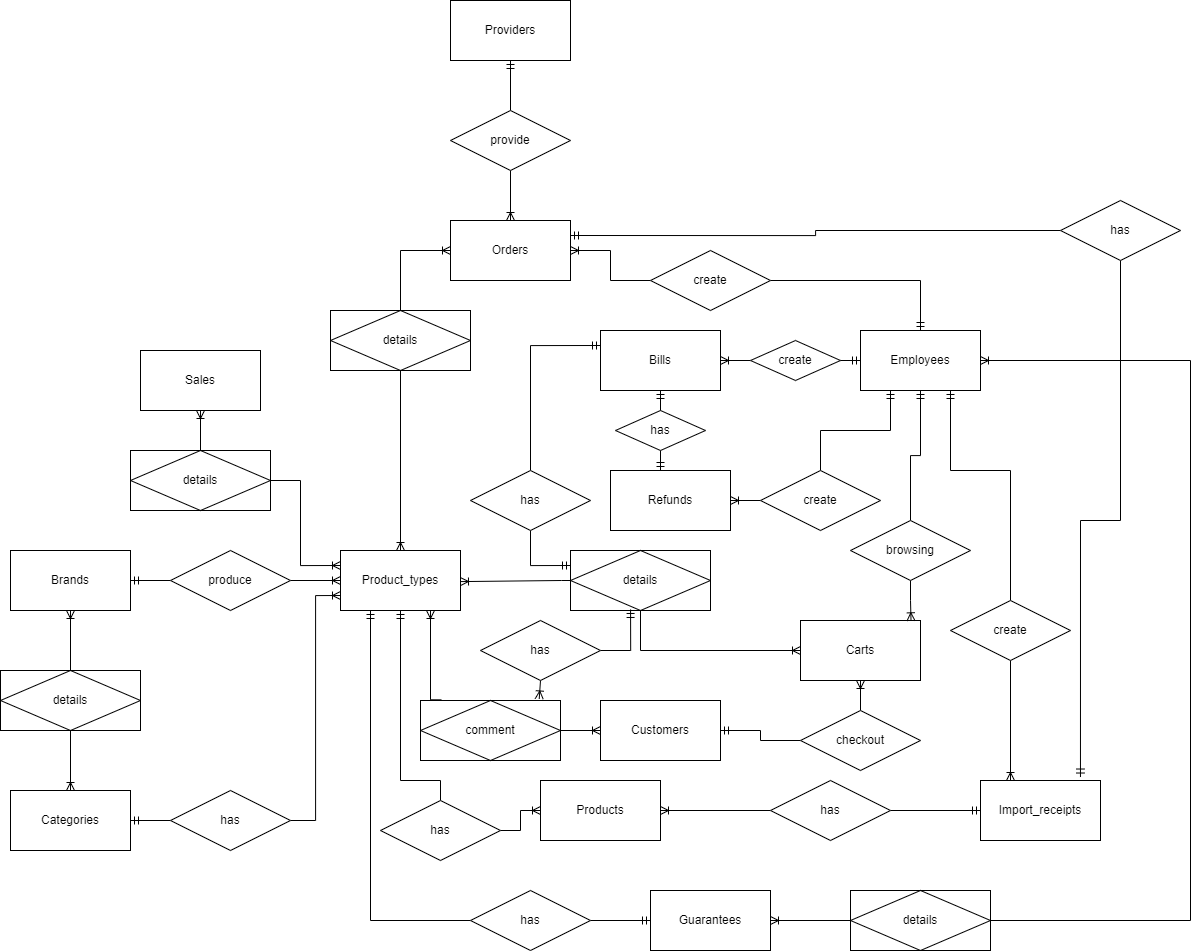
Above: erd.drawio.png in drptt202/PStore (draw.io), before the change. Source tidied: cells renumbered, new cells last; positions are measured from the earlier drawing's top-left corner, leaving out a move shared by most shapes.
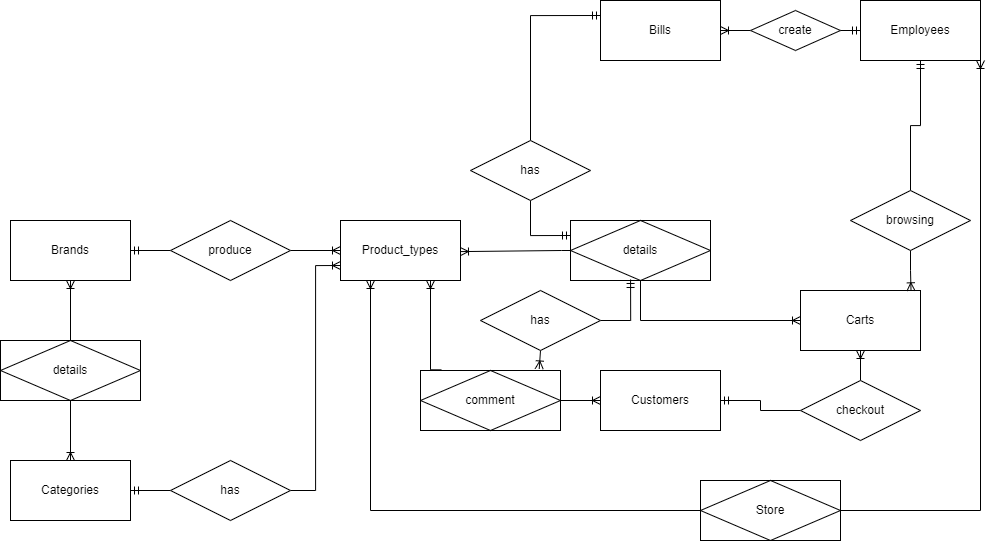
After the change.

Diff of the diagram source:
```diff
@@ -2,35 +2,15 @@
   <root>
     <mxCell id="0" />
     <mxCell id="1" parent="0" />
-    <mxCell id="2" style="edgeStyle=orthogonalEdgeStyle;rounded=0;jettySize=auto;html=1;entryX=0.5;entryY=0;entryDx=0;entryDy=0;endArrow=none;endFill=0;startArrow=ERmandOne;startFill=0;exitX=0.5;exitY=1;exitDx=0;exitDy=0;" parent="1" edge="1" source="3" target="15">
-      <mxGeometry relative="1" as="geometry">
-        <Array as="points">
-          <mxPoint x="400" y="780" />
-          <mxPoint x="440" y="780" />
-        </Array>
-      </mxGeometry>
-    </mxCell>
     <mxCell id="3" value="Product_types" style="rounded=0;whiteSpace=wrap;html=1;" parent="1" vertex="1">
       <mxGeometry x="340" y="550" width="120" height="60" as="geometry" />
     </mxCell>
-    <mxCell id="4" value="Products" style="rounded=0;whiteSpace=wrap;html=1;" parent="1" vertex="1">
-      <mxGeometry x="540" y="780" width="120" height="60" as="geometry" />
-    </mxCell>
-    <mxCell id="5" value="Sales" style="rounded=0;whiteSpace=wrap;html=1;" parent="1" vertex="1">
-      <mxGeometry x="140" y="350" width="120" height="60" as="geometry" />
-    </mxCell>
     <mxCell id="6" value="Brands" style="rounded=0;whiteSpace=wrap;html=1;" parent="1" vertex="1">
       <mxGeometry x="10" y="550" width="120" height="60" as="geometry" />
     </mxCell>
-    <mxCell id="7" value="Providers" style="rounded=0;whiteSpace=wrap;html=1;" parent="1" vertex="1">
-      <mxGeometry x="450" width="120" height="60" as="geometry" />
-    </mxCell>
     <mxCell id="8" value="Employees" style="rounded=0;whiteSpace=wrap;html=1;" parent="1" vertex="1">
       <mxGeometry x="860" y="330" width="120" height="60" as="geometry" />
     </mxCell>
-    <mxCell id="9" value="Orders" style="rounded=0;whiteSpace=wrap;html=1;" parent="1" vertex="1">
-      <mxGeometry x="450" y="220" width="120" height="60" as="geometry" />
-    </mxCell>
     <mxCell id="10" value="Customers" style="rounded=0;whiteSpace=wrap;html=1;" parent="1" vertex="1">
       <mxGeometry x="600" y="700" width="120" height="60" as="geometry" />
     </mxCell>
@@ -40,29 +20,6 @@
     <mxCell id="12" value="Bills" style="rounded=0;whiteSpace=wrap;html=1;" parent="1" vertex="1">
       <mxGeometry x="600" y="330" width="120" height="60" as="geometry" />
     </mxCell>
-    <mxCell id="13" value="Guarantees" style="rounded=0;whiteSpace=wrap;html=1;" parent="1" vertex="1">
-      <mxGeometry x="650" y="890" width="120" height="60" as="geometry" />
-    </mxCell>
-    <mxCell id="14" style="edgeStyle=orthogonalEdgeStyle;rounded=0;jettySize=auto;html=1;endArrow=ERoneToMany;endFill=0;" parent="1" edge="1" source="15" target="4">
-      <mxGeometry relative="1" as="geometry" />
-    </mxCell>
-    <mxCell id="15" value="has" style="shape=rhombus;perimeter=rhombusPerimeter;whiteSpace=wrap;html=1;align=center;" parent="1" vertex="1">
-      <mxGeometry x="380" y="800" width="120" height="60" as="geometry" />
-    </mxCell>
-    <mxCell id="16" style="edgeStyle=orthogonalEdgeStyle;rounded=0;jettySize=auto;html=1;endArrow=ERoneToMany;endFill=0;entryX=0;entryY=0.25;entryDx=0;entryDy=0;" parent="1" edge="1" source="18" target="3">
-      <mxGeometry relative="1" as="geometry">
-        <Array as="points">
-          <mxPoint x="300" y="480" />
-          <mxPoint x="300" y="565" />
-        </Array>
-      </mxGeometry>
-    </mxCell>
-    <mxCell id="17" style="edgeStyle=orthogonalEdgeStyle;rounded=0;jettySize=auto;html=1;endArrow=ERoneToMany;endFill=0;" parent="1" edge="1" source="18" target="5">
-      <mxGeometry relative="1" as="geometry" />
-    </mxCell>
-    <mxCell id="18" value="details" style="shape=associativeEntity;whiteSpace=wrap;html=1;align=center;" parent="1" vertex="1">
-      <mxGeometry x="130" y="450" width="140" height="60" as="geometry" />
-    </mxCell>
     <mxCell id="19" style="edgeStyle=orthogonalEdgeStyle;rounded=0;jettySize=auto;html=1;endArrow=ERoneToMany;endFill=0;exitX=1;exitY=0.5;exitDx=0;exitDy=0;" parent="1" edge="1" source="24" target="3">
       <mxGeometry relative="1" as="geometry" />
     </mxCell>
@@ -93,72 +50,6 @@
     <mxCell id="28" value="has" style="shape=rhombus;perimeter=rhombusPerimeter;whiteSpace=wrap;html=1;align=center;" parent="1" vertex="1">
       <mxGeometry x="170" y="790" width="120" height="60" as="geometry" />
     </mxCell>
-    <mxCell id="29" style="edgeStyle=orthogonalEdgeStyle;rounded=0;jettySize=auto;html=1;entryX=0;entryY=0.5;entryDx=0;entryDy=0;endArrow=ERoneToMany;endFill=0;" parent="1" edge="1" source="31" target="9">
-      <mxGeometry relative="1" as="geometry" />
-    </mxCell>
-    <mxCell id="30" style="edgeStyle=orthogonalEdgeStyle;rounded=0;jettySize=auto;html=1;endArrow=ERoneToMany;endFill=0;" parent="1" edge="1" source="31" target="3">
-      <mxGeometry relative="1" as="geometry" />
-    </mxCell>
-    <mxCell id="31" value="details" style="shape=associativeEntity;whiteSpace=wrap;html=1;align=center;" parent="1" vertex="1">
-      <mxGeometry x="330" y="310" width="140" height="60" as="geometry" />
-    </mxCell>
-    <mxCell id="32" style="edgeStyle=orthogonalEdgeStyle;rounded=0;jettySize=auto;html=1;endArrow=ERmandOne;endFill=0;" parent="1" edge="1" source="34" target="7">
-      <mxGeometry relative="1" as="geometry" />
-    </mxCell>
-    <mxCell id="33" style="edgeStyle=orthogonalEdgeStyle;rounded=0;jettySize=auto;html=1;endArrow=ERoneToMany;endFill=0;" parent="1" edge="1" source="34" target="9">
-      <mxGeometry relative="1" as="geometry" />
-    </mxCell>
-    <mxCell id="34" value="provide" style="shape=rhombus;perimeter=rhombusPerimeter;whiteSpace=wrap;html=1;align=center;" parent="1" vertex="1">
-      <mxGeometry x="450" y="110" width="120" height="60" as="geometry" />
-    </mxCell>
-    <mxCell id="35" style="edgeStyle=orthogonalEdgeStyle;rounded=0;jettySize=auto;html=1;endArrow=ERmandOne;endFill=0;entryX=0.5;entryY=0;entryDx=0;entryDy=0;exitX=1;exitY=0.5;exitDx=0;exitDy=0;" parent="1" edge="1" source="37" target="8">
-      <mxGeometry relative="1" as="geometry">
-        <Array as="points">
-          <mxPoint x="920" y="280" />
-        </Array>
-      </mxGeometry>
-    </mxCell>
-    <mxCell id="36" style="edgeStyle=orthogonalEdgeStyle;rounded=0;jettySize=auto;html=1;endArrow=ERoneToMany;endFill=0;entryX=1;entryY=0.5;entryDx=0;entryDy=0;" parent="1" edge="1" source="37" target="9">
-      <mxGeometry relative="1" as="geometry" />
-    </mxCell>
-    <mxCell id="37" value="create" style="shape=rhombus;perimeter=rhombusPerimeter;whiteSpace=wrap;html=1;align=center;" parent="1" vertex="1">
-      <mxGeometry x="650" y="250" width="120" height="60" as="geometry" />
-    </mxCell>
-    <mxCell id="38" style="edgeStyle=orthogonalEdgeStyle;rounded=0;jettySize=auto;html=1;endArrow=ERmandOne;endFill=0;entryX=0.833;entryY=-0.058;entryDx=0;entryDy=0;exitX=0.5;exitY=1;exitDx=0;exitDy=0;entryPerimeter=0;" parent="1" edge="1" source="40" target="41">
-      <mxGeometry relative="1" as="geometry" />
-    </mxCell>
-    <mxCell id="39" style="edgeStyle=orthogonalEdgeStyle;rounded=0;jettySize=auto;html=1;entryX=1;entryY=0.25;entryDx=0;entryDy=0;endArrow=ERmandOne;endFill=0;" parent="1" edge="1" source="40" target="9">
-      <mxGeometry relative="1" as="geometry" />
-    </mxCell>
-    <mxCell id="40" value="has" style="shape=rhombus;perimeter=rhombusPerimeter;whiteSpace=wrap;html=1;align=center;" parent="1" vertex="1">
-      <mxGeometry x="1060" y="200" width="120" height="60" as="geometry" />
-    </mxCell>
-    <mxCell id="41" value="Import_receipts" style="rounded=0;whiteSpace=wrap;html=1;" parent="1" vertex="1">
-      <mxGeometry x="980" y="780" width="120" height="60" as="geometry" />
-    </mxCell>
-    <mxCell id="42" style="edgeStyle=orthogonalEdgeStyle;rounded=0;jettySize=auto;html=1;endArrow=ERmandOne;endFill=0;" parent="1" edge="1" source="44" target="41">
-      <mxGeometry relative="1" as="geometry" />
-    </mxCell>
-    <mxCell id="43" style="edgeStyle=orthogonalEdgeStyle;rounded=0;jettySize=auto;html=1;endArrow=ERoneToMany;endFill=0;" parent="1" edge="1" source="44" target="4">
-      <mxGeometry relative="1" as="geometry" />
-    </mxCell>
-    <mxCell id="44" value="has" style="shape=rhombus;perimeter=rhombusPerimeter;whiteSpace=wrap;html=1;align=center;" parent="1" vertex="1">
-      <mxGeometry x="770" y="780" width="120" height="60" as="geometry" />
-    </mxCell>
-    <mxCell id="45" style="edgeStyle=orthogonalEdgeStyle;rounded=0;jettySize=auto;html=1;entryX=0.25;entryY=0;entryDx=0;entryDy=0;exitX=0.5;exitY=1;exitDx=0;exitDy=0;endArrow=ERoneToMany;endFill=0;" parent="1" edge="1" source="47" target="41">
-      <mxGeometry relative="1" as="geometry" />
-    </mxCell>
-    <mxCell id="46" style="edgeStyle=orthogonalEdgeStyle;rounded=0;jettySize=auto;html=1;entryX=0.75;entryY=1;entryDx=0;entryDy=0;endArrow=ERmandOne;endFill=0;exitX=0.5;exitY=0;exitDx=0;exitDy=0;" parent="1" edge="1" source="47" target="8">
-      <mxGeometry relative="1" as="geometry">
-        <Array as="points">
-          <mxPoint x="1010" y="470" />
-          <mxPoint x="950" y="470" />
-        </Array>
-      </mxGeometry>
-    </mxCell>
-    <mxCell id="47" value="create" style="shape=rhombus;perimeter=rhombusPerimeter;whiteSpace=wrap;html=1;align=center;" parent="1" vertex="1">
-      <mxGeometry x="950" y="600" width="120" height="60" as="geometry" />
-    </mxCell>
     <mxCell id="48" style="edgeStyle=orthogonalEdgeStyle;rounded=0;jettySize=auto;html=1;endArrow=ERmandOne;endFill=0;" parent="1" edge="1" source="50" target="10">
       <mxGeometry relative="1" as="geometry" />
     </mxCell>
@@ -222,55 +113,6 @@
     <mxCell id="62" value="create" style="shape=rhombus;perimeter=rhombusPerimeter;whiteSpace=wrap;html=1;align=center;" parent="1" vertex="1">
       <mxGeometry x="750" y="340" width="90" height="40" as="geometry" />
     </mxCell>
-    <mxCell id="63" style="edgeStyle=orthogonalEdgeStyle;rounded=0;jettySize=auto;html=1;endArrow=ERoneToMany;endFill=0;" parent="1" edge="1" source="65" target="66">
-      <mxGeometry relative="1" as="geometry" />
-    </mxCell>
-    <mxCell id="64" style="edgeStyle=orthogonalEdgeStyle;rounded=0;jettySize=auto;html=1;entryX=0.25;entryY=1;entryDx=0;entryDy=0;endArrow=ERmandOne;endFill=0;" parent="1" edge="1" source="65" target="8">
-      <mxGeometry relative="1" as="geometry" />
-    </mxCell>
-    <mxCell id="65" value="create" style="shape=rhombus;perimeter=rhombusPerimeter;whiteSpace=wrap;html=1;align=center;" parent="1" vertex="1">
-      <mxGeometry x="760" y="470" width="120" height="60" as="geometry" />
-    </mxCell>
-    <mxCell id="66" value="Refunds" style="rounded=0;whiteSpace=wrap;html=1;" parent="1" vertex="1">
-      <mxGeometry x="610" y="470" width="120" height="60" as="geometry" />
-    </mxCell>
-    <mxCell id="67" style="edgeStyle=orthogonalEdgeStyle;rounded=0;jettySize=auto;html=1;endArrow=ERmandOne;endFill=0;" parent="1" edge="1" source="69" target="12">
-      <mxGeometry relative="1" as="geometry" />
-    </mxCell>
-    <mxCell id="68" style="edgeStyle=orthogonalEdgeStyle;rounded=0;jettySize=auto;html=1;endArrow=ERmandOne;endFill=0;" parent="1" edge="1" source="69" target="66">
-      <mxGeometry relative="1" as="geometry">
-        <Array as="points">
-          <mxPoint x="650" y="470" />
-          <mxPoint x="650" y="470" />
-        </Array>
-      </mxGeometry>
-    </mxCell>
-    <mxCell id="69" value="has" style="shape=rhombus;perimeter=rhombusPerimeter;whiteSpace=wrap;html=1;align=center;" parent="1" vertex="1">
-      <mxGeometry x="615" y="410" width="90" height="40" as="geometry" />
-    </mxCell>
-    <mxCell id="70" style="edgeStyle=orthogonalEdgeStyle;rounded=0;jettySize=auto;html=1;endArrow=ERmandOne;endFill=0;" parent="1" edge="1" source="72" target="13">
-      <mxGeometry relative="1" as="geometry" />
-    </mxCell>
-    <mxCell id="71" style="edgeStyle=orthogonalEdgeStyle;rounded=0;jettySize=auto;html=1;entryX=0.25;entryY=1;entryDx=0;entryDy=0;endArrow=ERmandOne;endFill=0;" parent="1" edge="1" source="72" target="3">
-      <mxGeometry relative="1" as="geometry" />
-    </mxCell>
-    <mxCell id="72" value="has" style="shape=rhombus;perimeter=rhombusPerimeter;whiteSpace=wrap;html=1;align=center;" parent="1" vertex="1">
-      <mxGeometry x="470" y="890" width="120" height="60" as="geometry" />
-    </mxCell>
-    <mxCell id="73" style="edgeStyle=orthogonalEdgeStyle;rounded=0;jettySize=auto;html=1;endArrow=ERoneToMany;endFill=0;" parent="1" edge="1" source="75" target="13">
-      <mxGeometry relative="1" as="geometry" />
-    </mxCell>
-    <mxCell id="74" style="edgeStyle=orthogonalEdgeStyle;rounded=0;jettySize=auto;html=1;entryX=1;entryY=0.5;entryDx=0;entryDy=0;endArrow=ERoneToMany;endFill=0;" parent="1" edge="1" source="75" target="8">
-      <mxGeometry relative="1" as="geometry">
-        <Array as="points">
-          <mxPoint x="1190" y="920" />
-          <mxPoint x="1190" y="360" />
-        </Array>
-      </mxGeometry>
-    </mxCell>
-    <mxCell id="75" value="details" style="shape=associativeEntity;whiteSpace=wrap;html=1;align=center;" parent="1" vertex="1">
-      <mxGeometry x="850" y="890" width="140" height="60" as="geometry" />
-    </mxCell>
     <mxCell id="76" style="edgeStyle=orthogonalEdgeStyle;rounded=0;jettySize=auto;html=1;entryX=0.429;entryY=0.983;entryDx=0;entryDy=0;entryPerimeter=0;exitX=1;exitY=0.5;exitDx=0;exitDy=0;endArrow=ERmandOne;endFill=0;" parent="1" edge="1" source="78" target="53">
       <mxGeometry relative="1" as="geometry" />
     </mxCell>
@@ -289,5 +131,14 @@
     <mxCell id="81" value="browsing" style="shape=rhombus;perimeter=rhombusPerimeter;whiteSpace=wrap;html=1;align=center;" parent="1" vertex="1">
       <mxGeometry x="850" y="520" width="120" height="60" as="geometry" />
     </mxCell>
+    <mxCell id="82" style="edgeStyle=orthogonalEdgeStyle;rounded=0;jettySize=auto;html=1;entryX=1;entryY=1;entryDx=0;entryDy=0;endArrow=ERoneToMany;endFill=0;" parent="1" edge="1" source="84" target="8">
+      <mxGeometry relative="1" as="geometry" />
+    </mxCell>
+    <mxCell id="83" style="edgeStyle=orthogonalEdgeStyle;rounded=0;jettySize=auto;html=1;entryX=0.25;entryY=1;entryDx=0;entryDy=0;endArrow=ERoneToMany;endFill=0;" parent="1" edge="1" source="84" target="3">
+      <mxGeometry relative="1" as="geometry" />
+    </mxCell>
+    <mxCell id="84" value="Store" style="shape=associativeEntity;whiteSpace=wrap;html=1;align=center;" parent="1" vertex="1">
+      <mxGeometry x="700" y="810" width="140" height="60" as="geometry" />
+    </mxCell>
   </root>
 </mxGraphModel>
```
